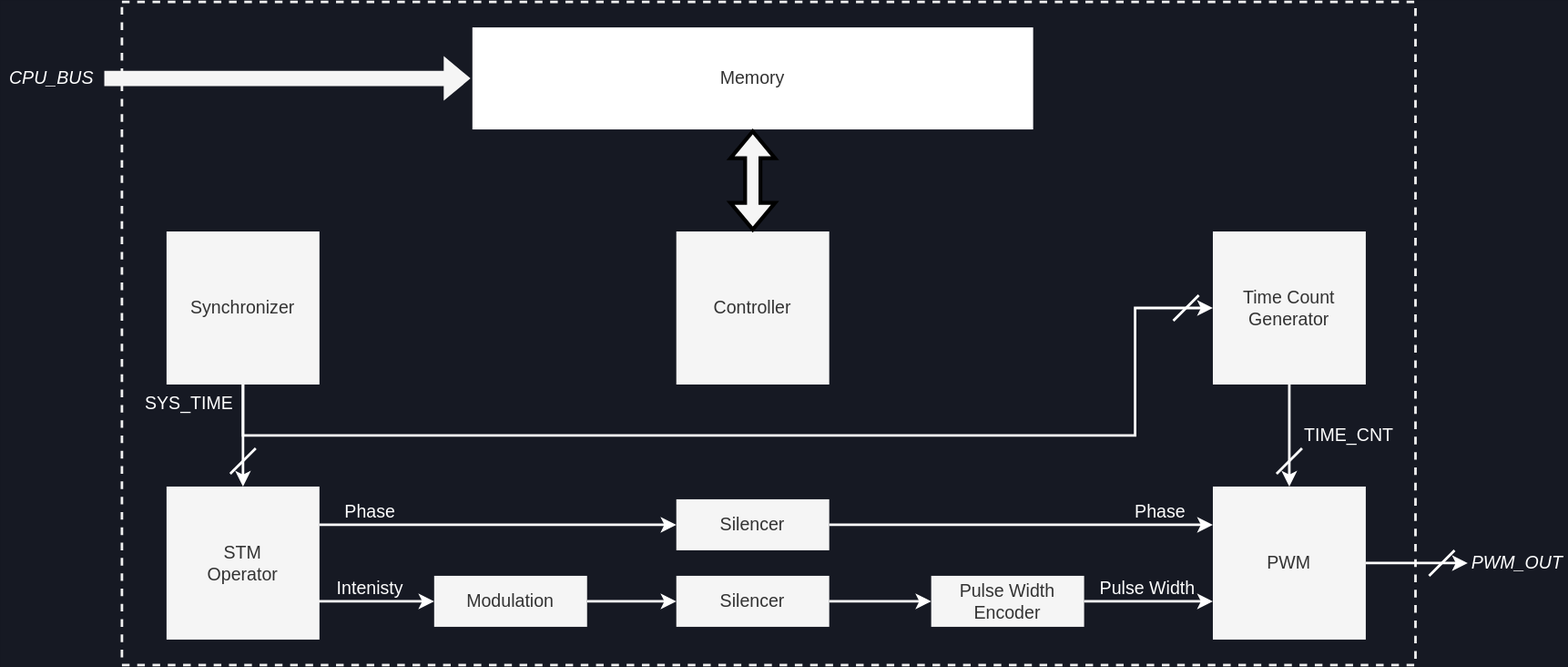
Earlier version of the draw.io export src/jp/fig/Developers_Manual/FPGA/overview.svg (shinolab/autd3-doc). Source tidied: cells renumbered, new cells last; positions are measured from the earlier drawing's top-left corner, leaving out a move shared by most shapes.
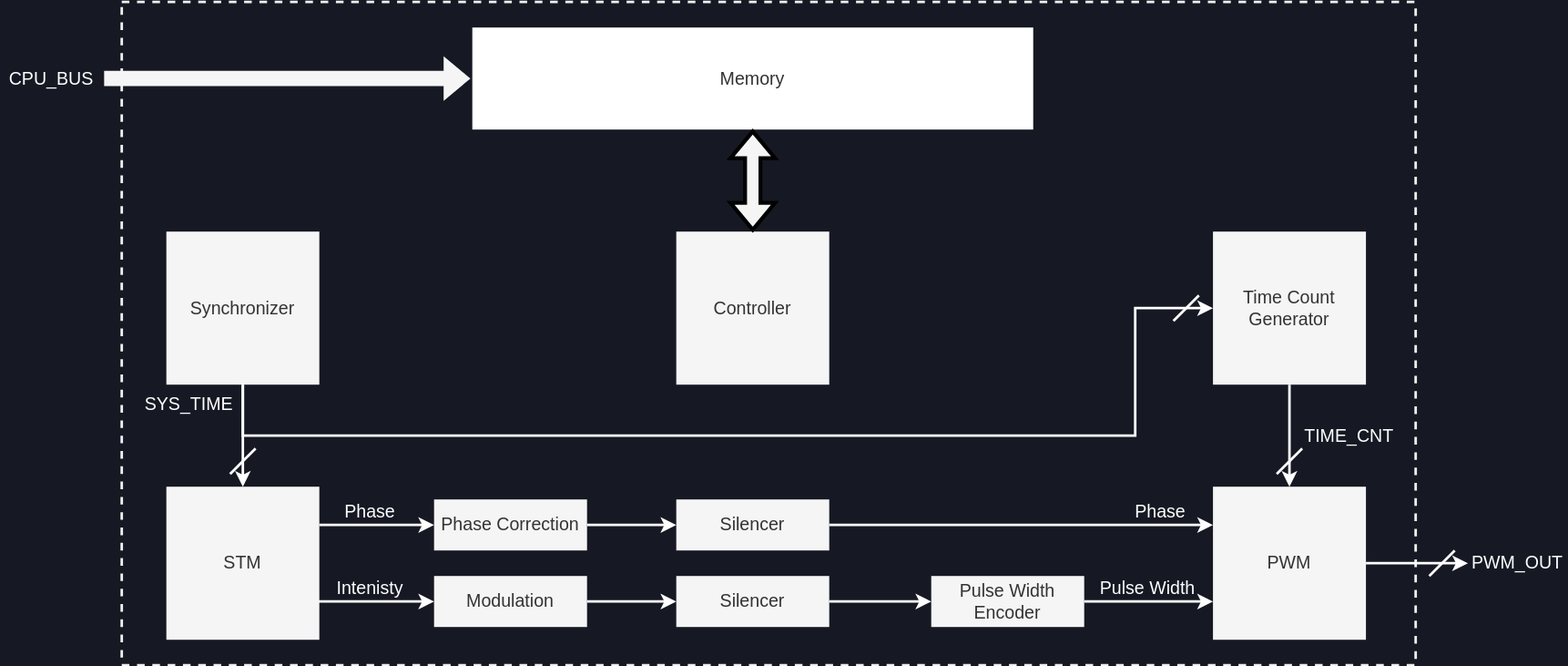
After the change.

What changed in the source:
```diff
@@ -5,7 +5,7 @@
     <mxCell id="2" style="rounded=0;whiteSpace=wrap;html=1;labelBackgroundColor=none;fontSize=14;fontColor=#333333;strokeColor=#F0F0F0;strokeWidth=2;fillColor=none;dashed=1;" parent="1" vertex="1">
       <mxGeometry x="95" width="1015" height="520" as="geometry" />
     </mxCell>
-    <mxCell id="3" value="&lt;i style=&quot;font-size: 14px&quot;&gt;CPU_BUS&lt;/i&gt;" style="text;html=1;strokeColor=none;fillColor=none;align=center;verticalAlign=middle;whiteSpace=wrap;rounded=0;fontFamily=Helvetica;fontSize=14;fontColor=#FFFFFF;" parent="1" vertex="1">
+    <mxCell id="3" value="CPU_BUS" style="text;html=1;strokeColor=none;fillColor=none;align=center;verticalAlign=middle;whiteSpace=wrap;rounded=0;fontColor=#FFFFFF;fontSize=14;" parent="1" vertex="1">
       <mxGeometry y="40" width="79.7" height="40" as="geometry" />
     </mxCell>
     <mxCell id="4" value="Modulation" style="rounded=0;whiteSpace=wrap;html=1;fontFamily=Helvetica;fontSize=14;fontColor=#333333;strokeColor=none;strokeWidth=2;fillColor=#f5f5f5;" parent="1" vertex="1">
@@ -16,7 +16,7 @@
         <mxPoint x="230" y="470" as="sourcePoint" />
       </mxGeometry>
     </mxCell>
-    <mxCell id="6" value="STM&lt;br style=&quot;font-size: 14px;&quot;&gt;Operator" style="rounded=0;whiteSpace=wrap;html=1;fontFamily=Helvetica;fontSize=14;fontColor=#333333;strokeColor=none;strokeWidth=3;fillColor=#f5f5f5;" parent="1" vertex="1">
+    <mxCell id="6" value="STM" style="rounded=0;whiteSpace=wrap;html=1;fontFamily=Helvetica;fontSize=14;fontColor=#333333;strokeColor=none;strokeWidth=3;fillColor=#f5f5f5;" parent="1" vertex="1">
       <mxGeometry x="130" y="380" width="120" height="120" as="geometry" />
     </mxCell>
     <mxCell id="7" value="Memory" style="rounded=0;whiteSpace=wrap;html=1;fontFamily=Helvetica;fontSize=14;fontColor=#333333;strokeColor=none;strokeWidth=3;fillColor=#FFFFFF;gradientColor=none;" parent="1" vertex="1">
@@ -28,16 +28,16 @@
     <mxCell id="9" value="PWM" style="rounded=0;whiteSpace=wrap;html=1;fontFamily=Helvetica;fontSize=14;fontColor=#333333;strokeColor=none;strokeWidth=3;fillColor=#f5f5f5;" parent="1" vertex="1">
       <mxGeometry x="951" y="380" width="120" height="120" as="geometry" />
     </mxCell>
-    <mxCell id="10" style="edgeStyle=none;rounded=0;html=1;exitX=1;exitY=0.25;exitDx=0;exitDy=0;entryX=0;entryY=0.5;entryDx=0;entryDy=0;fontColor=#333333;strokeColor=#FFFFFF;strokeWidth=2;" parent="1" edge="1" source="6" target="34">
+    <mxCell id="10" style="edgeStyle=none;rounded=0;html=1;exitX=1;exitY=0.5;exitDx=0;exitDy=0;entryX=0;entryY=0.5;entryDx=0;entryDy=0;fontColor=#333333;strokeColor=#FFFFFF;strokeWidth=2;" parent="1" edge="1" source="38" target="34">
       <mxGeometry relative="1" as="geometry" />
     </mxCell>
-    <mxCell id="11" value="&lt;span style=&quot;font-size: 14px&quot;&gt;Intenisty&lt;/span&gt;" style="text;html=1;strokeColor=none;fillColor=none;align=center;verticalAlign=middle;whiteSpace=wrap;rounded=0;fontFamily=Helvetica;fontSize=14;fontColor=#FFFFFF;strokeWidth=2;" parent="1" vertex="1">
+    <mxCell id="11" value="Intenisty" style="text;html=1;strokeColor=none;fillColor=none;align=center;verticalAlign=middle;whiteSpace=wrap;rounded=0;strokeWidth=2;fontColor=#FFFFFF;fontSize=14;" parent="1" vertex="1">
       <mxGeometry x="260" y="450" width="60" height="20" as="geometry" />
     </mxCell>
     <mxCell id="12" style="edgeStyle=none;rounded=0;html=1;exitX=1;exitY=0.5;exitDx=0;exitDy=0;entryX=0;entryY=0.25;entryDx=0;entryDy=0;fontColor=#333333;strokeColor=#FFFFFF;strokeWidth=2;" parent="1" edge="1" source="34" target="9">
       <mxGeometry relative="1" as="geometry" />
     </mxCell>
-    <mxCell id="13" value="&lt;span style=&quot;font-size: 14px&quot;&gt;Phase&lt;/span&gt;" style="text;html=1;strokeColor=none;fillColor=none;align=center;verticalAlign=middle;whiteSpace=wrap;rounded=0;fontFamily=Helvetica;fontSize=14;fontColor=#FFFFFF;strokeWidth=2;" parent="1" vertex="1">
+    <mxCell id="13" value="Phase" style="text;html=1;strokeColor=none;fillColor=none;align=center;verticalAlign=middle;whiteSpace=wrap;rounded=0;strokeWidth=2;fontColor=#FFFFFF;fontSize=14;" parent="1" vertex="1">
       <mxGeometry x="880" y="390" width="60" height="20" as="geometry" />
     </mxCell>
     <mxCell id="14" style="edgeStyle=none;rounded=0;html=1;exitX=1;exitY=0.75;exitDx=0;exitDy=0;entryX=0;entryY=0.5;entryDx=0;entryDy=0;fontColor=#333333;strokeColor=#FFFFFF;strokeWidth=2;" parent="1" edge="1">
@@ -52,7 +52,7 @@
         <mxPoint x="1140.7" y="430" as="targetPoint" />
       </mxGeometry>
     </mxCell>
-    <mxCell id="16" value="&lt;i style=&quot;font-size: 14px&quot;&gt;PWM_OUT&lt;/i&gt;" style="text;html=1;strokeColor=none;fillColor=none;align=center;verticalAlign=middle;whiteSpace=wrap;rounded=0;fontFamily=Helvetica;fontSize=14;fontColor=#FFFFFF;" parent="1" vertex="1">
+    <mxCell id="16" value="PWM_OUT" style="text;html=1;strokeColor=none;fillColor=none;align=center;verticalAlign=middle;whiteSpace=wrap;rounded=0;fontColor=#FFFFFF;fontSize=14;" parent="1" vertex="1">
       <mxGeometry x="1150" y="420" width="79.7" height="40" as="geometry" />
     </mxCell>
     <mxCell id="17" value="Controller" style="rounded=0;whiteSpace=wrap;html=1;fontFamily=Helvetica;fontSize=14;fontColor=#333333;strokeColor=none;strokeWidth=3;fillColor=#f5f5f5;" parent="1" vertex="1">
@@ -79,7 +79,7 @@
     <mxCell id="22" value="Time Count Generator" style="rounded=0;whiteSpace=wrap;html=1;fontFamily=Helvetica;fontSize=14;fontColor=#333333;strokeColor=none;strokeWidth=3;fillColor=#f5f5f5;" parent="1" vertex="1">
       <mxGeometry x="951" y="180" width="120" height="120" as="geometry" />
     </mxCell>
-    <mxCell id="23" value="&lt;span style=&quot;font-size: 14px&quot;&gt;SYS_TIME&lt;/span&gt;" style="text;html=1;strokeColor=none;fillColor=none;align=center;verticalAlign=middle;whiteSpace=wrap;rounded=0;fontFamily=Helvetica;fontSize=14;fontColor=#FFFFFF;strokeWidth=2;" parent="1" vertex="1">
+    <mxCell id="23" value="SYS_TIME" style="text;html=1;strokeColor=none;fillColor=none;align=center;verticalAlign=middle;whiteSpace=wrap;rounded=0;strokeWidth=2;fontColor=#FFFFFF;fontSize=14;" parent="1" vertex="1">
       <mxGeometry x="110" y="300" width="76" height="30" as="geometry" />
     </mxCell>
     <mxCell id="24" style="endArrow=none;html=1;rounded=1;labelBackgroundColor=default;fontFamily=Helvetica;fontSize=14;fontColor=#000000;strokeColor=#FFFFFF;strokeWidth=2;shape=connector;fillColor=#f5f5f5;" parent="1" edge="1">
@@ -118,13 +118,13 @@
     <mxCell id="32" style="endArrow=classic;html=1;rounded=0;strokeWidth=2;entryX=0;entryY=0.5;entryDx=0;entryDy=0;endFill=1;exitX=1;exitY=0.5;exitDx=0;exitDy=0;strokeColor=#FFFFFF;" parent="1" edge="1" source="4" target="29">
       <mxGeometry relative="1" as="geometry" />
     </mxCell>
-    <mxCell id="33" value="&lt;span style=&quot;font-size: 14px&quot;&gt;Pulse Width&lt;/span&gt;" style="text;html=1;strokeColor=none;fillColor=none;align=center;verticalAlign=middle;whiteSpace=wrap;rounded=0;fontFamily=Helvetica;fontSize=14;fontColor=#FFFFFF;strokeWidth=2;" parent="1" vertex="1">
+    <mxCell id="33" value="Pulse Width" style="text;html=1;strokeColor=none;fillColor=none;align=center;verticalAlign=middle;whiteSpace=wrap;rounded=0;strokeWidth=2;fontColor=#FFFFFF;fontSize=14;" parent="1" vertex="1">
       <mxGeometry x="860" y="450" width="80" height="19" as="geometry" />
     </mxCell>
     <mxCell id="34" value="Silencer" style="rounded=0;whiteSpace=wrap;html=1;fontFamily=Helvetica;fontSize=14;fontColor=#333333;strokeColor=none;strokeWidth=2;fillColor=#f5f5f5;" parent="1" vertex="1">
       <mxGeometry x="530" y="390" width="120" height="40" as="geometry" />
     </mxCell>
-    <mxCell id="35" value="&lt;span style=&quot;font-size: 14px&quot;&gt;Phase&lt;/span&gt;" style="text;html=1;strokeColor=none;fillColor=none;align=center;verticalAlign=middle;whiteSpace=wrap;rounded=0;fontFamily=Helvetica;fontSize=14;fontColor=#FFFFFF;strokeWidth=2;" parent="1" vertex="1">
+    <mxCell id="35" value="Phase" style="text;html=1;strokeColor=none;fillColor=none;align=center;verticalAlign=middle;whiteSpace=wrap;rounded=0;strokeWidth=2;fontColor=#FFFFFF;fontSize=14;" parent="1" vertex="1">
       <mxGeometry x="260" y="390" width="60" height="20" as="geometry" />
     </mxCell>
     <mxCell id="36" style="edgeStyle=none;rounded=0;html=1;exitX=1;exitY=0.5;exitDx=0;exitDy=0;entryX=0;entryY=0.75;entryDx=0;entryDy=0;strokeWidth=2;startArrow=none;startFill=0;endArrow=classic;endFill=1;strokeColor=#FFFFFF;" parent="1" edge="1" source="30">
@@ -132,5 +132,11 @@
         <mxPoint x="951" y="470" as="targetPoint" />
       </mxGeometry>
     </mxCell>
+    <mxCell id="37" style="edgeStyle=none;rounded=0;html=1;exitX=1;exitY=0.25;exitDx=0;exitDy=0;entryX=0;entryY=0.5;entryDx=0;entryDy=0;fontColor=#333333;strokeColor=#FFFFFF;strokeWidth=2;" parent="1" edge="1" source="6" target="38">
+      <mxGeometry relative="1" as="geometry" />
+    </mxCell>
+    <mxCell id="38" value="Phase Correction" style="rounded=0;whiteSpace=wrap;html=1;fontFamily=Helvetica;fontSize=14;fontColor=#333333;strokeColor=none;strokeWidth=2;fillColor=#f5f5f5;" parent="1" vertex="1">
+      <mxGeometry x="340" y="390" width="120" height="40" as="geometry" />
+    </mxCell>
   </root>
 </mxGraphModel>
```
